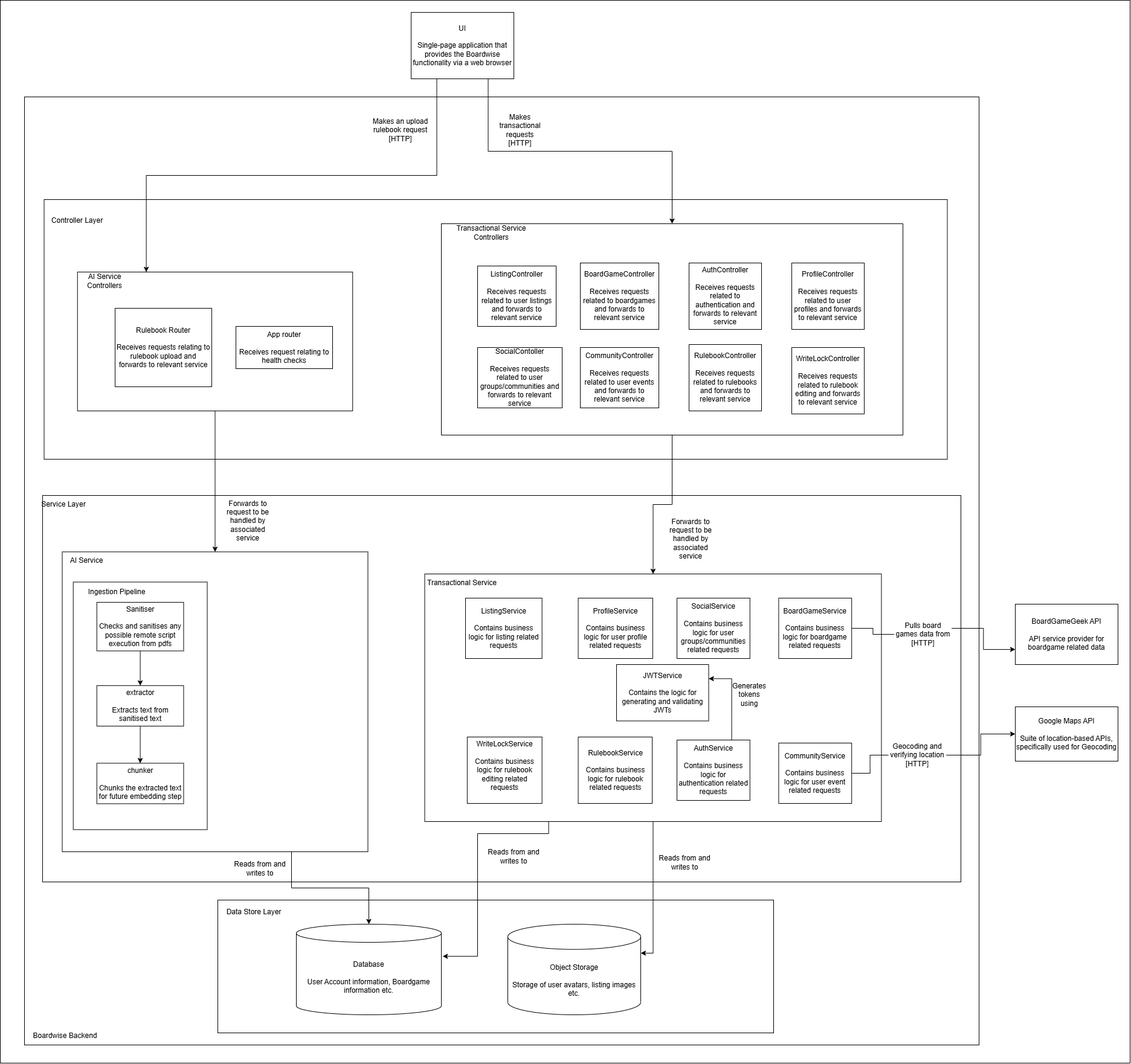
The draw.io diagram docs/Demo3/diagrams/Improved_Architecture_diagram.png in COS301-SE-2026/Boardwise, before a commit. Source tidied: cells renumbered, new cells last; positions are measured from the earlier drawing's top-left corner, leaving out a move shared by most shapes.
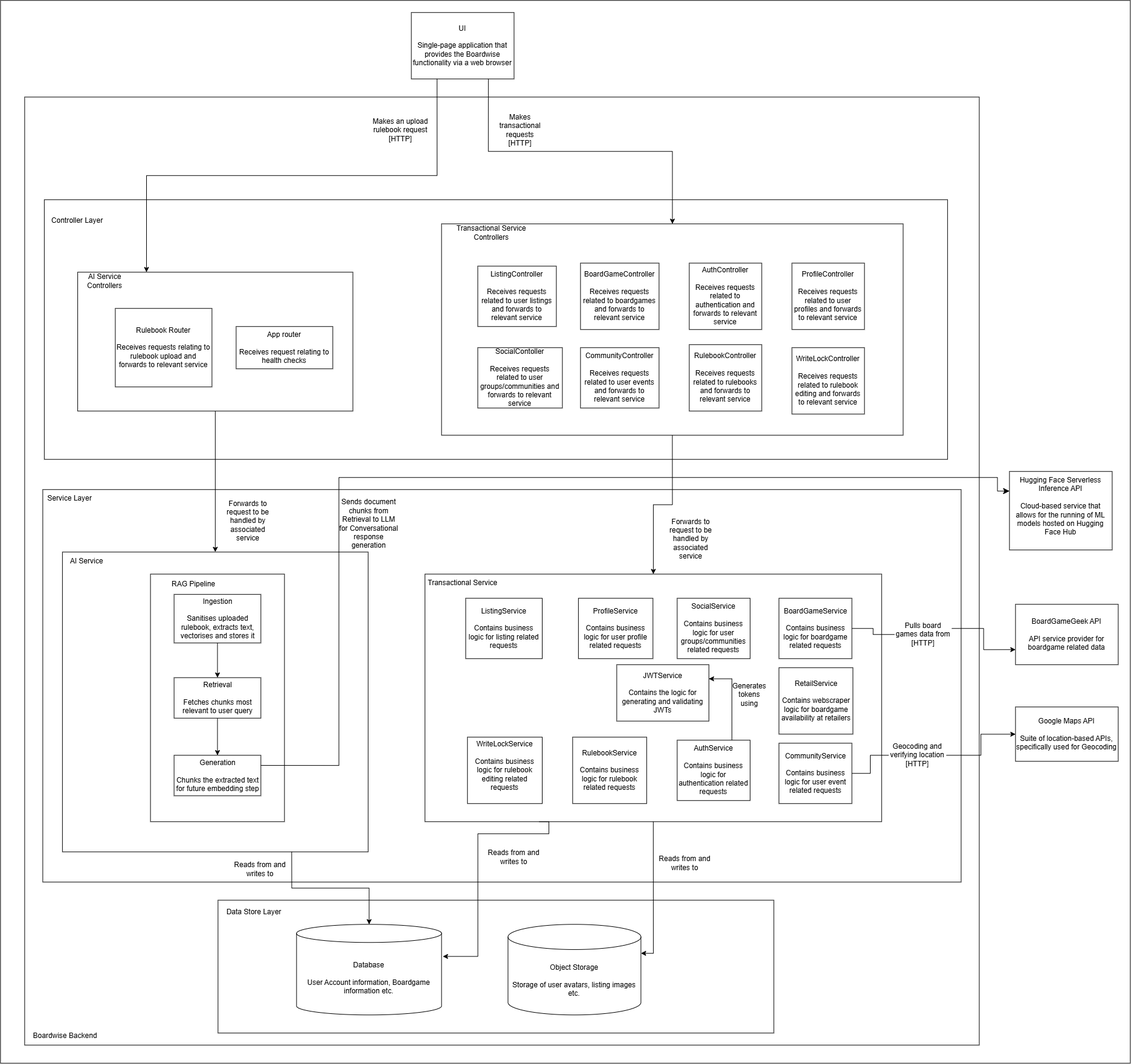
After the change.

Commit message:
Docs: updated architecture diagram.

Change to the diagram source:
```diff
@@ -39,10 +39,10 @@
       <mxGeometry x="60" y="820" width="1575" height="640" as="geometry" />
     </mxCell>
     <mxCell id="14" style="rounded=0;whiteSpace=wrap;html=1;" parent="13" vertex="1">
-      <mxGeometry x="10" width="1520" height="640" as="geometry" />
+      <mxGeometry x="10" y="-10" width="1520" height="650" as="geometry" />
     </mxCell>
     <mxCell id="15" value="Service Layer" style="text;html=1;whiteSpace=wrap;strokeColor=none;fillColor=none;align=center;verticalAlign=middle;rounded=0;" parent="13" vertex="1">
-      <mxGeometry width="90" height="30" as="geometry" />
+      <mxGeometry x="10" y="-10" width="90" height="30" as="geometry" />
     </mxCell>
     <mxCell id="16" value="Pulls board games data from&lt;br&gt;[HTTP]" style="text;html=1;whiteSpace=wrap;strokeColor=none;fillColor=none;align=center;verticalAlign=middle;rounded=0;" parent="13" vertex="1">
       <mxGeometry x="1419.6" y="210" width="95" height="40" as="geometry" />
@@ -65,9 +65,6 @@
     <mxCell id="22" value="SocialService&lt;div&gt;&lt;br&gt;&lt;/div&gt;&lt;div&gt;Contains business logic for user groups/communities related requests&lt;/div&gt;" style="rounded=0;whiteSpace=wrap;html=1;" parent="18" vertex="1">
       <mxGeometry x="417.5" y="40" width="120.8" height="100" as="geometry" />
     </mxCell>
-    <mxCell id="23" value="RulebookService&lt;div&gt;&lt;br&gt;&lt;/div&gt;&lt;div&gt;Contains business logic for rulebook related requests&lt;/div&gt;" style="rounded=0;whiteSpace=wrap;html=1;" parent="18" vertex="1">
-      <mxGeometry x="254" y="270" width="122.5" height="110" as="geometry" />
-    </mxCell>
     <mxCell id="24" value="AuthService&lt;div&gt;&lt;br&gt;&lt;/div&gt;&lt;div&gt;Contains business logic for authentication related requests&lt;/div&gt;" style="rounded=0;whiteSpace=wrap;html=1;" parent="18" vertex="1">
       <mxGeometry x="417.5" y="275" width="120.8" height="100" as="geometry" />
     </mxCell>
@@ -86,6 +83,12 @@
     <mxCell id="29" value="Generates tokens using" style="text;html=1;whiteSpace=wrap;strokeColor=none;fillColor=none;align=center;verticalAlign=middle;rounded=0;" parent="18" vertex="1">
       <mxGeometry x="507.5" y="180" width="60" height="40" as="geometry" />
     </mxCell>
+    <mxCell id="23" value="RulebookService&lt;div&gt;&lt;br&gt;&lt;/div&gt;&lt;div&gt;Contains business logic for rulebook related requests&lt;/div&gt;" style="rounded=0;whiteSpace=wrap;html=1;" parent="18" vertex="1">
+      <mxGeometry x="244.5" y="270" width="122.5" height="110" as="geometry" />
+    </mxCell>
+    <mxCell id="80" value="RetailService&lt;div&gt;&lt;br&gt;&lt;/div&gt;&lt;div&gt;Contains webscraper logic for boardgame availability at retailers&lt;/div&gt;" style="rounded=0;whiteSpace=wrap;html=1;" parent="18" vertex="1">
+      <mxGeometry x="585.9" y="155" width="122.5" height="110" as="geometry" />
+    </mxCell>
     <mxCell id="30" style="edgeStyle=orthogonalEdgeStyle;rounded=0;jettySize=auto;html=1;exitX=1;exitY=0.5;exitDx=0;exitDy=0;endArrow=none;endFill=0;" parent="13" edge="1" source="20" target="16">
       <mxGeometry relative="1" as="geometry" />
     </mxCell>
@@ -98,43 +101,43 @@
     <mxCell id="33" value="AI Service" style="text;html=1;whiteSpace=wrap;strokeColor=none;fillColor=none;align=center;verticalAlign=middle;rounded=0;" parent="31" vertex="1">
       <mxGeometry width="80" height="30" as="geometry" />
     </mxCell>
-    <mxCell id="34" style="edgeStyle=orthogonalEdgeStyle;rounded=0;jettySize=auto;html=1;" parent="31" edge="1" source="x">
+    <mxCell id="34" style="edgeStyle=orthogonalEdgeStyle;rounded=0;orthogonalLoop=1;jettySize=auto;html=1;" parent="31" edge="1">
       <mxGeometry relative="1" as="geometry">
         <mxPoint x="240" y="190" as="targetPoint" />
       </mxGeometry>
     </mxCell>
-    <mxCell id="35" style="edgeStyle=orthogonalEdgeStyle;rounded=0;jettySize=auto;html=1;" parent="31" edge="1" target="x">
+    <mxCell id="35" style="edgeStyle=orthogonalEdgeStyle;rounded=0;orthogonalLoop=1;jettySize=auto;html=1;" parent="31" edge="1">
       <mxGeometry relative="1" as="geometry">
         <mxPoint x="240" y="250" as="sourcePoint" />
       </mxGeometry>
     </mxCell>
-    <mxCell id="36" style="edgeStyle=orthogonalEdgeStyle;rounded=0;jettySize=auto;html=1;" parent="31" edge="1" target="x">
+    <mxCell id="36" style="edgeStyle=orthogonalEdgeStyle;rounded=0;orthogonalLoop=1;jettySize=auto;html=1;" parent="31" edge="1">
       <mxGeometry relative="1" as="geometry">
         <mxPoint x="240" y="340" as="sourcePoint" />
       </mxGeometry>
     </mxCell>
     <mxCell id="37" style="group;" parent="31" vertex="1">
-      <mxGeometry y="50" width="240" height="410" as="geometry" />
+      <mxGeometry x="127.5" y="36.6" width="240" height="410" as="geometry" />
     </mxCell>
     <mxCell id="38" value="&lt;mxGraphModel&gt;&lt;root&gt;&lt;mxCell id=&quot;0&quot;/&gt;&lt;mxCell id=&quot;1&quot; parent=&quot;0&quot;/&gt;&lt;mxCell id=&quot;2&quot; parent=&quot;1&quot; style=&quot;rounded=0;whiteSpace=wrap;html=1;&quot; value=&quot;&amp;lt;span style=&amp;quot;color: rgba(0, 0, 0, 0); font-family: monospace; font-size: 0px; text-align: start; white-space: nowrap;&amp;quot;&amp;gt;%3CmxGraphModel%3E%3Croot%3E%3CmxCell%20id%3D%220%22%2F%3E%3CmxCell%20id%3D%221%22%20parent%3D%220%22%2F%3E%3CmxCell%20id%3D%222%22%20connectable%3D%220%22%20parent%3D%221%22%20style%3D%22group%22%20value%3D%22%22%20vertex%3D%221%22%3E%3CmxGeometry%20height%3D%22640%22%20width%3D%221575%22%20x%3D%22-992.5%22%20y%3D%22830%22%20as%3D%22geometry%22%2F%3E%3C%2FmxCell%3E%3CmxCell%20id%3D%223%22%20parent%3D%222%22%20style%3D%22rounded%3D0%3BwhiteSpace%3Dwrap%3Bhtml%3D1%3B%22%20value%3D%22%22%20vertex%3D%221%22%3E%3CmxGeometry%20height%3D%22640%22%20width%3D%221520%22%20as%3D%22geometry%22%2F%3E%3C%2FmxCell%3E%3CmxCell%20id%3D%224%22%20parent%3D%222%22%20style%3D%22text%3Bhtml%3D1%3BwhiteSpace%3Dwrap%3BstrokeColor%3Dnone%3BfillColor%3Dnone%3Balign%3Dcenter%3BverticalAlign%3Dmiddle%3Brounded%3D0%3B%22%20value%3D%22Service%20Layer%22%20vertex%3D%221%22%3E%3CmxGeometry%20height%3D%2250%22%20width%3D%22120.7667731629393%22%20as%3D%22geometry%22%2F%3E%3C%2FmxCell%3E%3CmxCell%20id%3D%225%22%20parent%3D%222%22%20style%3D%22text%3Bhtml%3D1%3BwhiteSpace%3Dwrap%3BstrokeColor%3Dnone%3BfillColor%3Dnone%3Balign%3Dcenter%3BverticalAlign%3Dmiddle%3Brounded%3D0%3B%22%20value%3D%22Pulls%20board%20games%20data%20from%26lt%3Bbr%26gt%3B%5BHTTP%5D%22%20vertex%3D%221%22%3E%3CmxGeometry%20height%3D%2240%22%20width%3D%2295%22%20x%3D%221419.62%22%20y%3D%22210%22%20as%3D%22geometry%22%2F%3E%3C%2FmxCell%3E%3CmxCell%20id%3D%226%22%20parent%3D%222%22%20style%3D%22text%3Bhtml%3D1%3BwhiteSpace%3Dwrap%3BstrokeColor%3Dnone%3BfillColor%3Dnone%3Balign%3Dcenter%3BverticalAlign%3Dmiddle%3Brounded%3D0%3B%22%20value%3D%22Reads%20from%20and%20writes%20to%22%20vertex%3D%221%22%3E%3CmxGeometry%20height%3D%2236.7%22%20width%3D%22100%22%20x%3D%221022.5%22%20y%3D%22590%22%20as%3D%22geometry%22%2F%3E%3C%2FmxCell%3E%3CmxCell%20id%3D%227%22%20parent%3D%222%22%20style%3D%22text%3Bhtml%3D1%3BwhiteSpace%3Dwrap%3BstrokeColor%3Dnone%3BfillColor%3Dnone%3Balign%3Dcenter%3BverticalAlign%3Dmiddle%3Brounded%3D0%3B%22%20value%3D%22Reads%20from%20and%20writes%20to%22%20vertex%3D%221%22%3E%3CmxGeometry%20height%3D%2236.7%22%20width%3D%22100%22%20x%3D%22722.5%22%20y%3D%22600%22%20as%3D%22geometry%22%2F%3E%3C%2FmxCell%3E%3CmxCell%20id%3D%228%22%20parent%3D%222%22%20style%3D%22text%3Bhtml%3D1%3BwhiteSpace%3Dwrap%3BstrokeColor%3Dnone%3BfillColor%3Dnone%3Balign%3Dcenter%3BverticalAlign%3Dmiddle%3Brounded%3D0%3B%22%20value%3D%22Reads%20from%20and%20writes%20to%22%20vertex%3D%221%22%3E%3CmxGeometry%20height%3D%2236.7%22%20width%3D%22100%22%20x%3D%22322.5%22%20y%3D%22600%22%20as%3D%22geometry%22%2F%3E%3C%2FmxCell%3E%3CmxCell%20id%3D%229%22%20connectable%3D%220%22%20parent%3D%222%22%20style%3D%22group%22%20value%3D%22%22%20vertex%3D%221%22%3E%3CmxGeometry%20height%3D%22410%22%20width%3D%22755.91%22%20x%3D%22642.5%22%20y%3D%22130%22%20as%3D%22geometry%22%2F%3E%3C%2FmxCell%3E%3CmxCell%20id%3D%2210%22%20parent%3D%229%22%20style%3D%22rounded%3D0%3BwhiteSpace%3Dwrap%3Bhtml%3D1%3B%22%20value%3D%22%22%20vertex%3D%221%22%3E%3CmxGeometry%20height%3D%22410%22%20width%3D%22755.91%22%20as%3D%22geometry%22%2F%3E%3C%2FmxCell%3E%3CmxCell%20id%3D%2211%22%20parent%3D%229%22%20style%3D%22rounded%3D0%3BwhiteSpace%3Dwrap%3Bhtml%3D1%3B%22%20value%3D%22BoardGameService%22%20vertex%3D%221%22%3E%3CmxGeometry%20height%3D%2260%22%20width%3D%22120.7667731629393%22%20x%3D%22585.911373801917%22%20y%3D%22100%22%20as%3D%22geometry%22%2F%3E%3C%2FmxCell%3E%3CmxCell%20id%3D%2212%22%20parent%3D%229%22%20style%3D%22rounded%3D0%3BwhiteSpace%3Dwrap%3Bhtml%3D1%3B%22%20value%3D%22EventService%22%20vertex%3D%221%22%3E%3CmxGeometry%20height%3D%2260%22%20width%3D%22120.7667731629393%22%20x%3D%22585.911373801917%22%20y%3D%22290%22%20as%3D%22geometry%22%2F%3E%3C%2FmxCell%3E%3CmxCell%20id%3D%2213%22%20parent%3D%229%22%20style%3D%22rounded%3D0%3BwhiteSpace%3Dwrap%3Bhtml%3D1%3B%22%20value%3D%22ListingService%22%20vertex%3D%221%22%3E%3CmxGeometry%20height%3D%2260%22%20width%3D%22120.7667731629393%22%20x%3D%2275.91089456869008%22%20y%3D%22100%22%20as%3D%22geometry%22%2F%3E%3C%2FmxCell%3E%3CmxCell%20id%3D%2214%22%20parent%3D%229%22%20style%3D%22rounded%3D0%3BwhiteSpace%3Dwrap%3Bhtml%3D1%3B%22%20value%3D%22CommunityService%22%20vertex%3D%221%22%3E%3CmxGeometry%20height%3D%2260%22%20width%3D%22120.7667731629393%22%20x%3D%22427.7151118210862%22%20y%3D%22290%22%20as%3D%22geometry%22%2F%3E%3C%2FmxCell%3E%3CmxCell%20id%3D%2215%22%20parent%3D%229%22%20style%3D%22rounded%3D0%3BwhiteSpace%3Dwrap%3Bhtml%3D1%3B%22%20value%3D%22ProfileService%22%20vertex%3D%221%22%3E%3CmxGeometry%20height%3D%2260%22%20width%3D%22120.7667731629393%22%20x%3D%22256.6288498402556%22%20y%3D%22100%22%20as%3D%22geometry%22%2F%3E%3C%2FmxCell%3E%3CmxCell%20id%3D%2216%22%20parent%3D%229%22%20style%3D%22rounded%3D0%3BwhiteSpace%3Dwrap%3Bhtml%3D1%3B%22%20value%3D%22SocialService%22%20vertex%3D%221%22%3E%3CmxGeometry%20height%3D%2260%22%20width%3D%22120.7667731629393%22%20x%3D%22427.7151118210862%22%20y%3D%22100%22%20as%3D%22geometry%22%2F%3E%3C%2FmxCell%3E%3CmxCell%20id%3D%2217%22%20parent%3D%229%22%20style%3D%22rounded%3D0%3BwhiteSpace%3Dwrap%3Bhtml%3D1%3B%22%20value%3D%22WriteLockService%22%20vertex%3D%221%22%3E%3CmxGeometry%20height%3D%2260%22%20width%3D%22120.7667731629393%22%20x%3D%2283.03089456869009%22%20y%3D%22290%22%20as%3D%22geometry%22%2F%3E%3C%2FmxCell%3E%3CmxCell%20id%3D%2218%22%20parent%3D%229%22%20style%3D%22rounded%3D0%3BwhiteSpace%3Dwrap%3Bhtml%3D1%3B%22%20value%3D%22RulebookService%22%20vertex%3D%221%22%3E%3CmxGeometry%20height%3D%2260%22%20width%3D%22120.7667731629393%22%20x%3D%22335.9108945686902%22%20y%3D%22195%22%20as%3D%22geometry%22%2F%3E%3C%2FmxCell%3E%3CmxCell%20id%3D%2219%22%20parent%3D%229%22%20style%3D%22rounded%3D0%3BwhiteSpace%3Dwrap%3Bhtml%3D1%3B%22%20value%3D%22AuthService%22%20vertex%3D%221%22%3E%3CmxGeometry%20height%3D%2260%22%20width%3D%22120.7667731629393%22%20x%3D%22256.6288498402556%22%20y%3D%22290%22%20as%3D%22geometry%22%2F%3E%3C%2FmxCell%3E%3CmxCell%20id%3D%2220%22%20parent%3D%229%22%20style%3D%22text%3Bhtml%3D1%3BwhiteSpace%3Dwrap%3BstrokeColor%3Dnone%3BfillColor%3Dnone%3Balign%3Dcenter%3BverticalAlign%3Dmiddle%3Brounded%3D0%3B%22%20value%3D%22Transactional%20Service%22%20vertex%3D%221%22%3E%3CmxGeometry%20height%3D%2230%22%20width%3D%22124.78%22%20as%3D%22geometry%22%2F%3E%3C%2FmxCell%3E%3CmxCell%20id%3D%2221%22%20edge%3D%221%22%20parent%3D%222%22%20source%3D%2211%22%20style%3D%22edgeStyle%3DorthogonalEdgeStyle%3Brounded%3D0%3BorthogonalLoop%3D1%3BjettySize%3Dauto%3Bhtml%3D1%3BexitX%3D1%3BexitY%3D0.5%3BexitDx%3D0%3BexitDy%3D0%3BendArrow%3Dnone%3BendFill%3D0%3B%22%20target%3D%225%22%3E%3CmxGeometry%20relative%3D%221%22%20as%3D%22geometry%22%2F%3E%3C%2FmxCell%3E%3CmxCell%20id%3D%2222%22%20connectable%3D%220%22%20parent%3D%222%22%20style%3D%22group%22%20value%3D%22%22%20vertex%3D%221%22%3E%3CmxGeometry%20height%3D%22496.6000000000001%22%20width%3D%22505.9761661341853%22%20x%3D%2252.5%22%20y%3D%22100%22%20as%3D%22geometry%22%2F%3E%3C%2FmxCell%3E%3CmxCell%20id%3D%2223%22%20parent%3D%2222%22%20style%3D%22rounded%3D0%3BwhiteSpace%3Dwrap%3Bhtml%3D1%3B%22%20value%3D%22%22%20vertex%3D%221%22%3E%3CmxGeometry%20height%3D%22496.6%22%20width%3D%22505.97252396166135%22%20x%3D%220.0036421725239677016%22%20y%3D%224.263256414560601e-14%22%20as%3D%22geometry%22%2F%3E%3C%2FmxCell%3E%3CmxCell%20id%3D%2224%22%20parent%3D%2222%22%20style%3D%22rounded%3D0%3BwhiteSpace%3Dwrap%3Bhtml%3D1%3B%22%20value%3D%22%22%20vertex%3D%221%22%3E%3CmxGeometry%20height%3D%22390%22%20width%3D%22430%22%20x%3D%2234.78%22%20y%3D%2273.3%22%20as%3D%22geometry%22%2F%3E%3C%2FmxCell%3E%3CmxCell%20id%3D%2225%22%20parent%3D%2222%22%20style%3D%22text%3Bhtml%3D1%3BwhiteSpace%3Dwrap%3BstrokeColor%3Dnone%3BfillColor%3Dnone%3Balign%3Dcenter%3BverticalAlign%3Dmiddle%3Brounded%3D0%3B%22%20value%3D%22AI%20Service%22%20vertex%3D%221%22%3E%3CmxGeometry%20height%3D%2230%22%20width%3D%2280%22%20as%3D%22geometry%22%2F%3E%3C%2FmxCell%3E%3CmxCell%20id%3D%2226%22%20parent%3D%2222%22%20style%3D%22text%3Bhtml%3D1%3BwhiteSpace%3Dwrap%3BstrokeColor%3Dnone%3BfillColor%3Dnone%3Balign%3Dcenter%3BverticalAlign%3Dmiddle%3Brounded%3D0%3B%22%20value%3D%22Ingestion%20Pipeline%22%20vertex%3D%221%22%3E%3CmxGeometry%20height%3D%2230%22%20width%3D%22150%22%20x%3D%2234.78%22%20y%3D%2273.3%22%20as%3D%22geometry%22%2F%3E%3C%2FmxCell%3E%3CmxCell%20id%3D%2227%22%20parent%3D%2222%22%20style%3D%22rounded%3D0%3BwhiteSpace%3Dwrap%3Bhtml%3D1%3B%22%20value%3D%22%22%20vertex%3D%221%22%3E%3CmxGeometry%20height%3D%2260%22%20width%3D%22120%22%20x%3D%22180%22%20y%3D%22130%22%20as%3D%22geometry%22%2F%3E%3C%2FmxCell%3E%3CmxCell%20id%3D%2228%22%20parent%3D%222%22%20style%3D%22text%3Bhtml%3D1%3BwhiteSpace%3Dwrap%3BstrokeColor%3Dnone%3BfillColor%3Dnone%3Balign%3Dcenter%3BverticalAlign%3Dmiddle%3Brounded%3D0%3B%22%20value%3D%22Forwards%20to%20request%20to%20be%20handled%20by%20associated%20service%22%20vertex%3D%221%22%3E%3CmxGeometry%20height%3D%2283.35%22%20width%3D%22100%22%20x%3D%221032.5%22%20y%3D%2230%22%20as%3D%22geometry%22%2F%3E%3C%2FmxCell%3E%3C%2Froot%3E%3C%2FmxGraphModel%3E" style="rounded=0;whiteSpace=wrap;html=1;" parent="37" vertex="1">
       <mxGeometry x="18.2" width="221.8" height="410" as="geometry" />
     </mxCell>
-    <mxCell id="39" value="Ingestion Pipeline" style="text;html=1;whiteSpace=wrap;strokeColor=none;fillColor=none;align=center;verticalAlign=middle;rounded=0;" parent="37" vertex="1">
+    <mxCell id="39" value="RAG Pipeline" style="text;html=1;whiteSpace=wrap;strokeColor=none;fillColor=none;align=center;verticalAlign=middle;rounded=0;" parent="37" vertex="1">
       <mxGeometry width="179.6" height="33.5" as="geometry" />
     </mxCell>
     <mxCell id="40" style="edgeStyle=orthogonalEdgeStyle;rounded=0;jettySize=auto;html=1;exitX=0.5;exitY=1;exitDx=0;exitDy=0;entryX=0.5;entryY=0;entryDx=0;entryDy=0;" parent="37" edge="1" source="41" target="43">
       <mxGeometry relative="1" as="geometry" />
     </mxCell>
-    <mxCell id="41" value="Sanitiser&lt;div&gt;&lt;br&gt;&lt;/div&gt;&lt;div&gt;Checks and sanitises any possible remote script execution from pdfs&lt;/div&gt;" style="rounded=0;whiteSpace=wrap;html=1;" parent="37" vertex="1">
+    <mxCell id="41" value="Ingestion&lt;div&gt;&lt;br&gt;&lt;/div&gt;&lt;div&gt;Sanitises uploaded rulebook, extracts text, vectorises and stores it&lt;/div&gt;" style="rounded=0;whiteSpace=wrap;html=1;" parent="37" vertex="1">
       <mxGeometry x="57.3" y="33.5" width="143.7" height="80.5" as="geometry" />
     </mxCell>
     <mxCell id="42" style="edgeStyle=orthogonalEdgeStyle;rounded=0;jettySize=auto;html=1;exitX=0.5;exitY=1;exitDx=0;exitDy=0;entryX=0.5;entryY=0;entryDx=0;entryDy=0;" parent="37" edge="1" source="43" target="44">
       <mxGeometry relative="1" as="geometry" />
     </mxCell>
-    <mxCell id="43" value="extractor&lt;br&gt;&lt;br&gt;Extracts text from sanitised text" style="rounded=0;whiteSpace=wrap;html=1;" parent="37" vertex="1">
+    <mxCell id="43" value="Retrieval&lt;br&gt;&lt;br&gt;Fetches chunks most relevant to user query" style="rounded=0;whiteSpace=wrap;html=1;" parent="37" vertex="1">
       <mxGeometry x="57.3" y="171.5" width="143.7" height="67.1" as="geometry" />
     </mxCell>
-    <mxCell id="44" value="chunker&lt;div&gt;&lt;br&gt;&lt;/div&gt;&lt;div&gt;Chunks the extracted text for future embedding step&lt;/div&gt;" style="rounded=0;whiteSpace=wrap;html=1;" parent="37" vertex="1">
+    <mxCell id="44" value="Generation&lt;br&gt;&lt;div&gt;&lt;br&gt;&lt;/div&gt;&lt;div&gt;Chunks the extracted text for future embedding step&lt;/div&gt;" style="rounded=0;whiteSpace=wrap;html=1;" parent="37" vertex="1">
       <mxGeometry x="57.3" y="300" width="143.7" height="67.1" as="geometry" />
     </mxCell>
     <mxCell id="45" value="Reads from and writes to" style="text;html=1;whiteSpace=wrap;strokeColor=none;fillColor=none;align=center;verticalAlign=middle;rounded=0;" parent="31" vertex="1">
@@ -161,6 +164,9 @@
     <mxCell id="52" style="edgeStyle=orthogonalEdgeStyle;rounded=0;jettySize=auto;html=1;exitX=0.75;exitY=0;exitDx=0;exitDy=0;entryX=1;entryY=0.25;entryDx=0;entryDy=0;" parent="13" edge="1" source="24" target="47">
       <mxGeometry relative="1" as="geometry" />
     </mxCell>
+    <mxCell id="81" value="Sends document chunks from Retrieval to LLM for Conversational response generation" style="text;html=1;whiteSpace=wrap;strokeColor=none;fillColor=none;align=center;verticalAlign=middle;rounded=0;" parent="13" vertex="1">
+      <mxGeometry x="500" width="100" height="93.4" as="geometry" />
+    </mxCell>
     <mxCell id="53" style="edgeStyle=orthogonalEdgeStyle;rounded=0;jettySize=auto;html=1;exitX=0.75;exitY=1;exitDx=0;exitDy=0;" parent="1" edge="1" source="32" target="11">
       <mxGeometry relative="1" as="geometry" />
     </mxCell>
@@ -248,5 +254,18 @@
     <mxCell id="79" value="Makes transactional requests&lt;div&gt;[HTTP]&lt;/div&gt;" style="text;html=1;whiteSpace=wrap;strokeColor=none;fillColor=none;align=center;verticalAlign=middle;rounded=0;" parent="1" vertex="1">
       <mxGeometry x="807.5" y="180" width="105" height="70" as="geometry" />
     </mxCell>
+    <mxCell id="82" value="Hugging Face Serverless Inference API&lt;div&gt;&lt;br&gt;&lt;/div&gt;&lt;div&gt;Cloud-based service that allows for the running of ML models hosted on Hugging Face Hub&lt;br&gt;&lt;div&gt;&lt;br&gt;&lt;/div&gt;&lt;/div&gt;" style="rounded=0;whiteSpace=wrap;html=1;" parent="1" vertex="1">
+      <mxGeometry x="1670" y="780" width="170" height="130" as="geometry" />
+    </mxCell>
+    <mxCell id="83" style="edgeStyle=orthogonalEdgeStyle;shape=connector;rounded=0;jettySize=auto;html=1;exitX=1;exitY=0.25;exitDx=0;exitDy=0;strokeColor=default;align=center;verticalAlign=middle;fontFamily=Helvetica;fontSize=11;fontColor=default;labelBackgroundColor=default;startSize=8;endArrow=classic;endFill=1;endSize=8;entryX=0;entryY=0.25;entryDx=0;entryDy=0;" parent="1" edge="1" source="44" target="82">
+      <mxGeometry relative="1" as="geometry">
+        <Array as="points">
+          <mxPoint x="560" y="1266.8" />
+          <mxPoint x="560" y="790" />
+          <mxPoint x="1650" y="790" />
+          <mxPoint x="1650" y="812.5" />
+        </Array>
+      </mxGeometry>
+    </mxCell>
   </root>
 </mxGraphModel>
```
